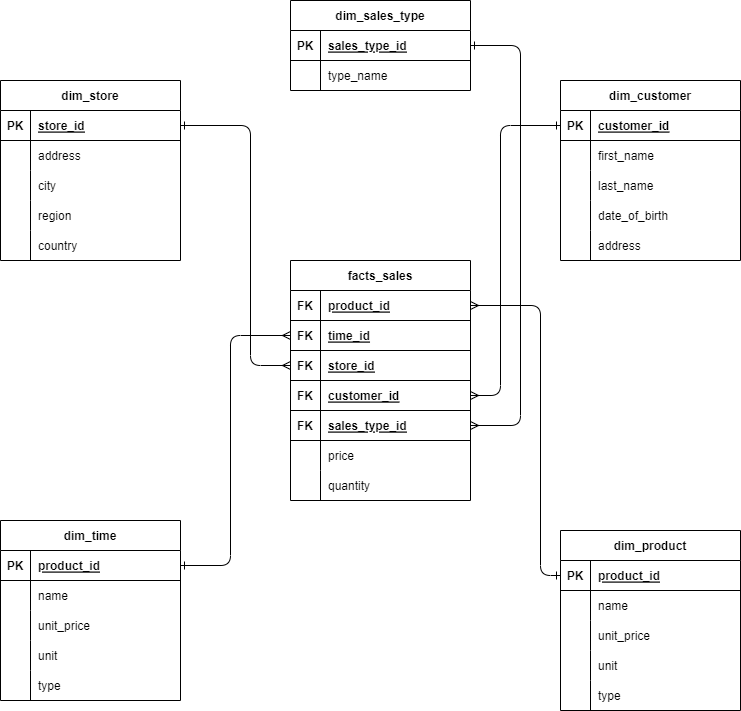
Before: docs/img/star-schema.png, a diagram exported from draw.io (Darrell-Ha/hust-final-project). Source tidied: cells renumbered, new cells last; positions are measured from the earlier drawing's top-left corner, leaving out a move shared by most shapes.
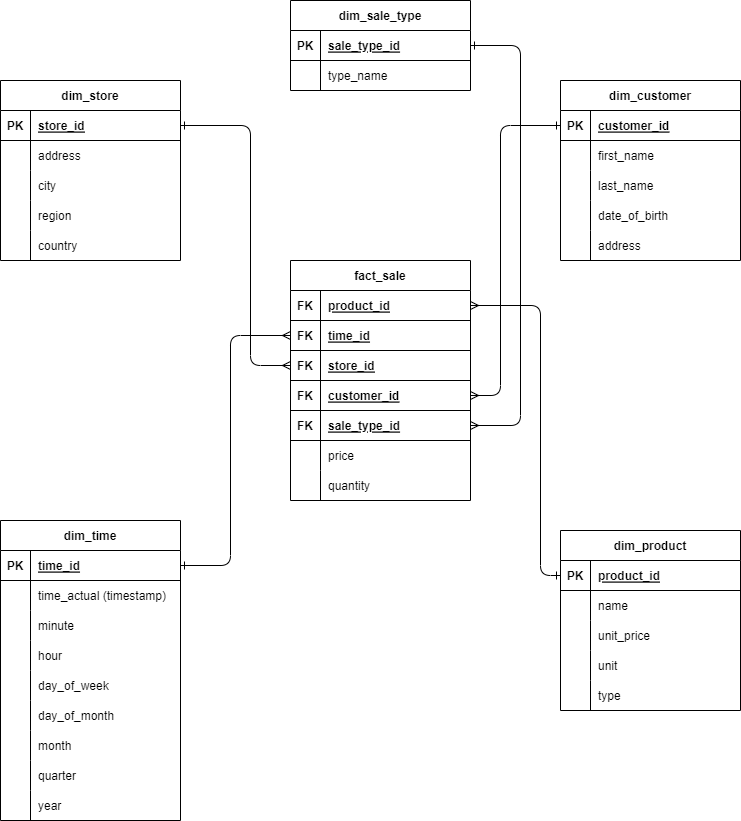
The same file after the commit.

Diff of the diagram source:
```diff
@@ -2,7 +2,7 @@
   <root>
     <mxCell id="0" />
     <mxCell id="1" parent="0" />
-    <mxCell id="2" value="facts_sales" style="shape=table;startSize=30;rowLines=0;fontStyle=1;align=center;" parent="1" vertex="1">
+    <mxCell id="2" value="fact_sale" style="shape=table;startSize=30;rowLines=0;fontStyle=1;align=center;" parent="1" vertex="1">
       <mxGeometry x="290" y="260" width="180" height="240" as="geometry" />
     </mxCell>
     <mxCell id="3" style="shape=tableRow;horizontal=0;startSize=0;swimlaneHead=0;swimlaneBody=0;fillColor=none;points=[[0,0.5],[1,0.5]];portConstraint=eastwest;top=0;left=0;right=0;bottom=1;" parent="2" vertex="1">
@@ -47,7 +47,7 @@
     <mxCell id="16" value="FK" style="shape=partialRectangle;fillColor=none;top=0;left=0;bottom=0;right=0;fontStyle=1;overflow=hidden;" parent="15" vertex="1">
       <mxGeometry width="30" height="30" as="geometry" />
     </mxCell>
-    <mxCell id="17" value="sales_type_id" style="shape=partialRectangle;fillColor=none;top=0;left=0;bottom=0;right=0;align=left;spacingLeft=6;fontStyle=5;overflow=hidden;" parent="15" vertex="1">
+    <mxCell id="17" value="sale_type_id" style="shape=partialRectangle;fillColor=none;top=0;left=0;bottom=0;right=0;align=left;spacingLeft=6;fontStyle=5;overflow=hidden;" parent="15" vertex="1">
       <mxGeometry x="30" width="150" height="30" as="geometry" />
     </mxCell>
     <mxCell id="18" style="shape=tableRow;horizontal=0;startSize=0;swimlaneHead=0;swimlaneBody=0;fillColor=none;top=0;left=0;right=0;bottom=0;" parent="2" vertex="1">
@@ -164,7 +164,7 @@
     <mxCell id="55" value="address" style="shape=partialRectangle;fillColor=none;top=0;left=0;bottom=0;right=0;align=left;spacingLeft=6;overflow=hidden;" parent="53" vertex="1">
       <mxGeometry x="30" width="150" height="30" as="geometry" />
     </mxCell>
-    <mxCell id="56" value="dim_sales_type" style="shape=table;startSize=30;rowLines=0;fontStyle=1;align=center;" parent="1" vertex="1">
+    <mxCell id="56" value="dim_sale_type" style="shape=table;startSize=30;rowLines=0;fontStyle=1;align=center;" parent="1" vertex="1">
       <mxGeometry x="290" width="180" height="90" as="geometry" />
     </mxCell>
     <mxCell id="57" style="shape=tableRow;horizontal=0;startSize=0;swimlaneHead=0;swimlaneBody=0;fillColor=none;points=[[0,0.5],[1,0.5]];portConstraint=eastwest;top=0;left=0;right=0;bottom=1;" parent="56" vertex="1">
@@ -173,7 +173,7 @@
     <mxCell id="58" value="PK" style="shape=partialRectangle;fillColor=none;top=0;left=0;bottom=0;right=0;fontStyle=1;overflow=hidden;" parent="57" vertex="1">
       <mxGeometry width="30" height="30" as="geometry" />
     </mxCell>
-    <mxCell id="59" value="sales_type_id" style="shape=partialRectangle;fillColor=none;top=0;left=0;bottom=0;right=0;align=left;spacingLeft=6;fontStyle=5;overflow=hidden;" parent="57" vertex="1">
+    <mxCell id="59" value="sale_type_id" style="shape=partialRectangle;fillColor=none;top=0;left=0;bottom=0;right=0;align=left;spacingLeft=6;fontStyle=5;overflow=hidden;" parent="57" vertex="1">
       <mxGeometry x="30" width="150" height="30" as="geometry" />
     </mxCell>
     <mxCell id="60" style="shape=tableRow;horizontal=0;startSize=0;swimlaneHead=0;swimlaneBody=0;fillColor=none;top=0;left=0;right=0;bottom=0;" parent="56" vertex="1">
@@ -234,7 +234,7 @@
       <mxGeometry x="30" width="150" height="30" as="geometry" />
     </mxCell>
     <mxCell id="79" value="dim_time" style="shape=table;startSize=30;rowLines=0;fontStyle=1;align=center;" parent="1" vertex="1">
-      <mxGeometry y="520" width="180" height="180" as="geometry" />
+      <mxGeometry y="520" width="180" height="300" as="geometry" />
     </mxCell>
     <mxCell id="80" style="shape=tableRow;horizontal=0;startSize=0;swimlaneHead=0;swimlaneBody=0;fillColor=none;points=[[0,0.5],[1,0.5]];portConstraint=eastwest;top=0;left=0;right=0;bottom=1;" parent="79" vertex="1">
       <mxGeometry y="30" width="180" height="30" as="geometry" />
@@ -242,7 +242,7 @@
     <mxCell id="81" value="PK" style="shape=partialRectangle;fillColor=none;top=0;left=0;bottom=0;right=0;fontStyle=1;overflow=hidden;" parent="80" vertex="1">
       <mxGeometry width="30" height="30" as="geometry" />
     </mxCell>
-    <mxCell id="82" value="product_id" style="shape=partialRectangle;fillColor=none;top=0;left=0;bottom=0;right=0;align=left;spacingLeft=6;fontStyle=5;overflow=hidden;" parent="80" vertex="1">
+    <mxCell id="82" value="time_id" style="shape=partialRectangle;fillColor=none;top=0;left=0;bottom=0;right=0;align=left;spacingLeft=6;fontStyle=5;overflow=hidden;" parent="80" vertex="1">
       <mxGeometry x="30" width="150" height="30" as="geometry" />
     </mxCell>
     <mxCell id="83" style="shape=tableRow;horizontal=0;startSize=0;swimlaneHead=0;swimlaneBody=0;fillColor=none;top=0;left=0;right=0;bottom=0;" parent="79" vertex="1">
@@ -251,7 +251,7 @@
     <mxCell id="84" style="shape=partialRectangle;fillColor=none;top=0;left=0;bottom=0;right=0;overflow=hidden;" parent="83" vertex="1">
       <mxGeometry width="30" height="30" as="geometry" />
     </mxCell>
-    <mxCell id="85" value="name" style="shape=partialRectangle;fillColor=none;top=0;left=0;bottom=0;right=0;align=left;spacingLeft=6;overflow=hidden;" parent="83" vertex="1">
+    <mxCell id="85" value="time_actual (timestamp)" style="shape=partialRectangle;fillColor=none;top=0;left=0;bottom=0;right=0;align=left;spacingLeft=6;overflow=hidden;" parent="83" vertex="1">
       <mxGeometry x="30" width="150" height="30" as="geometry" />
     </mxCell>
     <mxCell id="86" style="shape=tableRow;horizontal=0;startSize=0;swimlaneHead=0;swimlaneBody=0;fillColor=none;top=0;left=0;right=0;bottom=0;" parent="79" vertex="1">
@@ -260,7 +260,7 @@
     <mxCell id="87" style="shape=partialRectangle;fillColor=none;top=0;left=0;bottom=0;right=0;overflow=hidden;" parent="86" vertex="1">
       <mxGeometry width="30" height="30" as="geometry" />
     </mxCell>
-    <mxCell id="88" value="unit_price" style="shape=partialRectangle;fillColor=none;top=0;left=0;bottom=0;right=0;align=left;spacingLeft=6;overflow=hidden;" parent="86" vertex="1">
+    <mxCell id="88" value="minute" style="shape=partialRectangle;fillColor=none;top=0;left=0;bottom=0;right=0;align=left;spacingLeft=6;overflow=hidden;" parent="86" vertex="1">
       <mxGeometry x="30" width="150" height="30" as="geometry" />
     </mxCell>
     <mxCell id="89" style="shape=tableRow;horizontal=0;startSize=0;swimlaneHead=0;swimlaneBody=0;fillColor=none;top=0;left=0;right=0;bottom=0;" parent="79" vertex="1">
@@ -269,7 +269,7 @@
     <mxCell id="90" style="shape=partialRectangle;fillColor=none;top=0;left=0;bottom=0;right=0;overflow=hidden;" parent="89" vertex="1">
       <mxGeometry width="30" height="30" as="geometry" />
     </mxCell>
-    <mxCell id="91" value="unit" style="shape=partialRectangle;fillColor=none;top=0;left=0;bottom=0;right=0;align=left;spacingLeft=6;overflow=hidden;" parent="89" vertex="1">
+    <mxCell id="91" value="hour" style="shape=partialRectangle;fillColor=none;top=0;left=0;bottom=0;right=0;align=left;spacingLeft=6;overflow=hidden;" parent="89" vertex="1">
       <mxGeometry x="30" width="150" height="30" as="geometry" />
     </mxCell>
     <mxCell id="92" style="shape=tableRow;horizontal=0;startSize=0;swimlaneHead=0;swimlaneBody=0;fillColor=none;top=0;left=0;right=0;bottom=0;" parent="79" vertex="1">
@@ -278,9 +278,45 @@
     <mxCell id="93" style="shape=partialRectangle;fillColor=none;top=0;left=0;bottom=0;right=0;overflow=hidden;" parent="92" vertex="1">
       <mxGeometry width="30" height="30" as="geometry" />
     </mxCell>
-    <mxCell id="94" value="type" style="shape=partialRectangle;fillColor=none;top=0;left=0;bottom=0;right=0;align=left;spacingLeft=6;overflow=hidden;" parent="92" vertex="1">
+    <mxCell id="94" value="day_of_week" style="shape=partialRectangle;fillColor=none;top=0;left=0;bottom=0;right=0;align=left;spacingLeft=6;overflow=hidden;" parent="92" vertex="1">
       <mxGeometry x="30" width="150" height="30" as="geometry" />
     </mxCell>
+    <mxCell id="100" style="shape=tableRow;horizontal=0;startSize=0;swimlaneHead=0;swimlaneBody=0;fillColor=none;top=0;left=0;right=0;bottom=0;" parent="79" vertex="1">
+      <mxGeometry y="180" width="180" height="30" as="geometry" />
+    </mxCell>
+    <mxCell id="101" style="shape=partialRectangle;fillColor=none;top=0;left=0;bottom=0;right=0;overflow=hidden;" parent="100" vertex="1">
+      <mxGeometry width="30" height="30" as="geometry" />
+    </mxCell>
+    <mxCell id="102" value="day_of_month" style="shape=partialRectangle;fillColor=none;top=0;left=0;bottom=0;right=0;align=left;spacingLeft=6;overflow=hidden;" parent="100" vertex="1">
+      <mxGeometry x="30" width="150" height="30" as="geometry" />
+    </mxCell>
+    <mxCell id="103" style="shape=tableRow;horizontal=0;startSize=0;swimlaneHead=0;swimlaneBody=0;fillColor=none;top=0;left=0;right=0;bottom=0;" parent="79" vertex="1">
+      <mxGeometry y="210" width="180" height="30" as="geometry" />
+    </mxCell>
+    <mxCell id="104" style="shape=partialRectangle;fillColor=none;top=0;left=0;bottom=0;right=0;overflow=hidden;" parent="103" vertex="1">
+      <mxGeometry width="30" height="30" as="geometry" />
+    </mxCell>
+    <mxCell id="105" value="month" style="shape=partialRectangle;fillColor=none;top=0;left=0;bottom=0;right=0;align=left;spacingLeft=6;overflow=hidden;" parent="103" vertex="1">
+      <mxGeometry x="30" width="150" height="30" as="geometry" />
+    </mxCell>
+    <mxCell id="106" style="shape=tableRow;horizontal=0;startSize=0;swimlaneHead=0;swimlaneBody=0;fillColor=none;top=0;left=0;right=0;bottom=0;" parent="79" vertex="1">
+      <mxGeometry y="240" width="180" height="30" as="geometry" />
+    </mxCell>
+    <mxCell id="107" style="shape=partialRectangle;fillColor=none;top=0;left=0;bottom=0;right=0;overflow=hidden;" parent="106" vertex="1">
+      <mxGeometry width="30" height="30" as="geometry" />
+    </mxCell>
+    <mxCell id="108" value="quarter" style="shape=partialRectangle;fillColor=none;top=0;left=0;bottom=0;right=0;align=left;spacingLeft=6;overflow=hidden;" parent="106" vertex="1">
+      <mxGeometry x="30" width="150" height="30" as="geometry" />
+    </mxCell>
+    <mxCell id="109" style="shape=tableRow;horizontal=0;startSize=0;swimlaneHead=0;swimlaneBody=0;fillColor=none;top=0;left=0;right=0;bottom=0;" parent="79" vertex="1">
+      <mxGeometry y="270" width="180" height="30" as="geometry" />
+    </mxCell>
+    <mxCell id="110" style="shape=partialRectangle;fillColor=none;top=0;left=0;bottom=0;right=0;overflow=hidden;" parent="109" vertex="1">
+      <mxGeometry width="30" height="30" as="geometry" />
+    </mxCell>
+    <mxCell id="111" value="year" style="shape=partialRectangle;fillColor=none;top=0;left=0;bottom=0;right=0;align=left;spacingLeft=6;overflow=hidden;" parent="109" vertex="1">
+      <mxGeometry x="30" width="150" height="30" as="geometry" />
+    </mxCell>
     <mxCell id="95" style="edgeStyle=none;html=1;exitX=1;exitY=0.5;exitDx=0;exitDy=0;entryX=0;entryY=0.5;entryDx=0;entryDy=0;endArrow=ERmany;endFill=0;startArrow=ERone;startFill=0;" parent="1" edge="1" source="25" target="9">
       <mxGeometry relative="1" as="geometry">
         <Array as="points">
```
